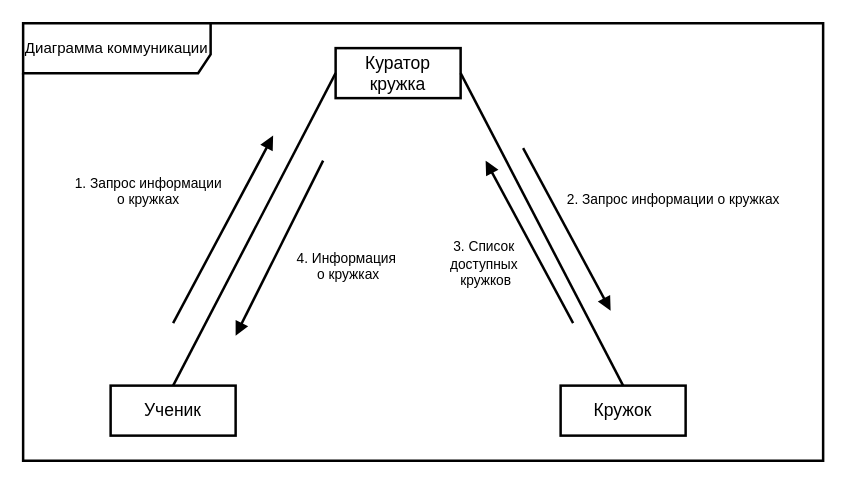
Before: page "Page-3" (3 of 3) of 1.drawio in Helpmepleaseitishard/Aikms, a draw.io diagram. Source tidied: cells renumbered, new cells numbered last; positions are measured from the earlier drawing's top-left corner, leaving out a move shared by most shapes. Both pictures are drawn from the tidied source at 125%, with x=0, y=0 at pixel (22, 22).
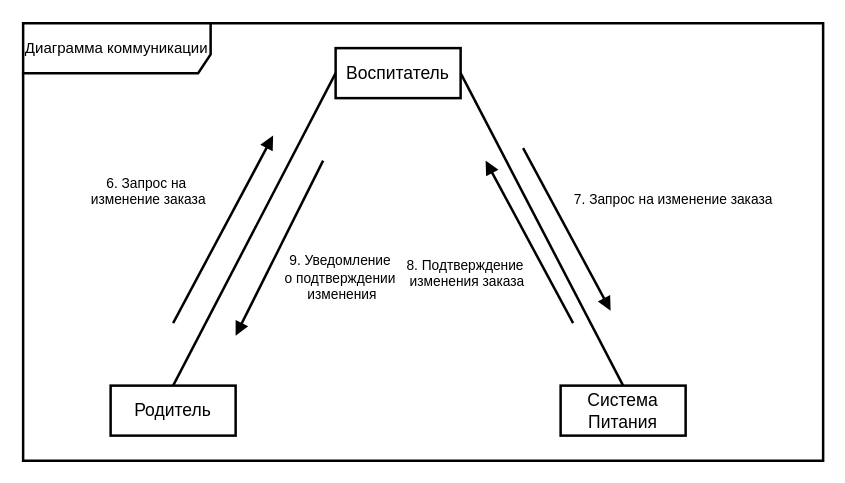
After the change.

Change to the diagram source:
```diff
@@
 <mxGraphModel>
   <root>
     <mxCell id="0" />
     <mxCell id="1" parent="0" />
-    <mxCell id="2" value="Ученик" style="html=1;whiteSpace=wrap;strokeWidth=2;fontSize=14;" parent="1" vertex="1">
+    <mxCell id="2" value="Родитель" style="html=1;whiteSpace=wrap;strokeWidth=2;fontSize=14;" parent="1" vertex="1">
       <mxGeometry x="70" y="290" width="100" height="40" as="geometry" />
     </mxCell>
-    <mxCell id="3" value="Куратор кружка" style="html=1;whiteSpace=wrap;strokeWidth=2;fontSize=14;" parent="1" vertex="1">
+    <mxCell id="3" value="Воспитатель" style="html=1;whiteSpace=wrap;strokeWidth=2;fontSize=14;" parent="1" vertex="1">
       <mxGeometry x="250" y="20" width="100" height="40" as="geometry" />
     </mxCell>
-    <mxCell id="4" value="Кружок" style="html=1;whiteSpace=wrap;strokeWidth=2;fontSize=14;" parent="1" vertex="1">
+    <mxCell id="4" value="Система Питания" style="html=1;whiteSpace=wrap;strokeWidth=2;fontSize=14;" parent="1" vertex="1">
       <mxGeometry x="430" y="290" width="100" height="40" as="geometry" />
     </mxCell>
     <mxCell id="5" style="html=1;verticalAlign=bottom;endArrow=none;curved=0;rounded=0;strokeWidth=2;startFill=0;entryX=0;entryY=0.5;entryDx=0;entryDy=0;exitX=0.5;exitY=0;exitDx=0;exitDy=0;" parent="1" edge="1" source="2" target="3">
       <mxGeometry relative="1" as="geometry" />
     </mxCell>
     <mxCell id="6" style="html=1;verticalAlign=bottom;endArrow=none;curved=0;rounded=0;strokeWidth=2;startFill=0;entryX=1;entryY=0.5;entryDx=0;entryDy=0;exitX=0.5;exitY=0;exitDx=0;exitDy=0;" parent="1" edge="1" source="4" target="3">
       <mxGeometry relative="1" as="geometry" />
     </mxCell>
-    <mxCell id="7" value="&lt;div&gt;1. Запрос информации&lt;/div&gt;&lt;div&gt;о кружках&lt;/div&gt;" style="html=1;verticalAlign=bottom;endArrow=block;curved=0;rounded=0;strokeWidth=2;startFill=0;exitX=0.5;exitY=0;exitDx=0;exitDy=0;endFill=1;" parent="1" edge="1">
+    <mxCell id="7" value="&lt;div&gt;6. Запрос на&amp;nbsp;&lt;/div&gt;&lt;div&gt;изменение заказа&lt;/div&gt;" style="html=1;verticalAlign=bottom;endArrow=block;curved=0;rounded=0;strokeWidth=2;startFill=0;exitX=0.5;exitY=0;exitDx=0;exitDy=0;endFill=1;" parent="1" edge="1">
       <mxGeometry x="-0.18" y="60" relative="1" as="geometry">
         <mxPoint x="120" y="240" as="sourcePoint" />
         <mxPoint x="200" y="90" as="targetPoint" />
       </mxGeometry>
     </mxCell>
-    <mxCell id="8" value="2. Запрос информации о кружках" style="html=1;verticalAlign=bottom;endArrow=block;curved=0;rounded=0;strokeWidth=2;startFill=0;exitX=0.5;exitY=0;exitDx=0;exitDy=0;endFill=1;" parent="1" edge="1">
+    <mxCell id="8" value="7. Запрос на изменение заказа" style="html=1;verticalAlign=bottom;endArrow=block;curved=0;rounded=0;strokeWidth=2;startFill=0;exitX=0.5;exitY=0;exitDx=0;exitDy=0;endFill=1;" parent="1" edge="1">
       <mxGeometry x="0.37" y="82" relative="1" as="geometry">
         <mxPoint x="400" y="100" as="sourcePoint" />
         <mxPoint x="470" y="230" as="targetPoint" />
       </mxGeometry>
     </mxCell>
-    <mxCell id="9" value="&lt;div&gt;3. Список&amp;nbsp;&lt;/div&gt;&lt;div&gt;доступных&amp;nbsp;&lt;/div&gt;&lt;div&gt;кружков&lt;/div&gt;" style="html=1;verticalAlign=bottom;endArrow=block;curved=0;rounded=0;strokeWidth=2;startFill=0;endFill=1;" parent="1" edge="1">
-      <mxGeometry x="-0.26" y="50" relative="1" as="geometry">
+    <mxCell id="9" value="&lt;div&gt;8. Подтверждение&amp;nbsp;&lt;/div&gt;&lt;div&gt;изменения заказа&lt;/div&gt;" style="html=1;verticalAlign=bottom;endArrow=block;curved=0;rounded=0;strokeWidth=2;startFill=0;endFill=1;" parent="1" edge="1">
+      <mxGeometry x="-0.17" y="63" relative="1" as="geometry">
         <mxPoint x="440" y="240" as="sourcePoint" />
         <mxPoint x="370" y="110" as="targetPoint" />
+        <mxPoint x="-1" as="offset" />
       </mxGeometry>
     </mxCell>
-    <mxCell id="10" value="&lt;div&gt;4. Информация&amp;nbsp;&lt;/div&gt;&lt;div&gt;о кружках&lt;/div&gt;" style="html=1;verticalAlign=bottom;endArrow=block;curved=0;rounded=0;strokeWidth=2;startFill=0;endFill=1;" parent="1" edge="1">
-      <mxGeometry x="0.03" y="63" relative="1" as="geometry">
+    <mxCell id="10" value="&lt;div&gt;9. Уведомление&amp;nbsp;&lt;/div&gt;&lt;div&gt;о подтверждении&amp;nbsp;&lt;/div&gt;&lt;div&gt;изменения&lt;/div&gt;" style="html=1;verticalAlign=bottom;endArrow=block;curved=0;rounded=0;strokeWidth=2;startFill=0;endFill=1;" parent="1" edge="1">
+      <mxGeometry x="0.24" y="65" relative="1" as="geometry">
         <mxPoint x="240" y="110" as="sourcePoint" />
         <mxPoint x="170" y="250" as="targetPoint" />
-        <mxPoint y="-1" as="offset" />
       </mxGeometry>
     </mxCell>
     <mxCell id="11" value="Диаграмма коммуникации" style="shape=umlFrame;whiteSpace=wrap;html=1;width=150;height=40;strokeWidth=2;" parent="1" vertex="1">
       <mxGeometry width="640" height="350" as="geometry" />
     </mxCell>
   </root>
 </mxGraphModel>
```
